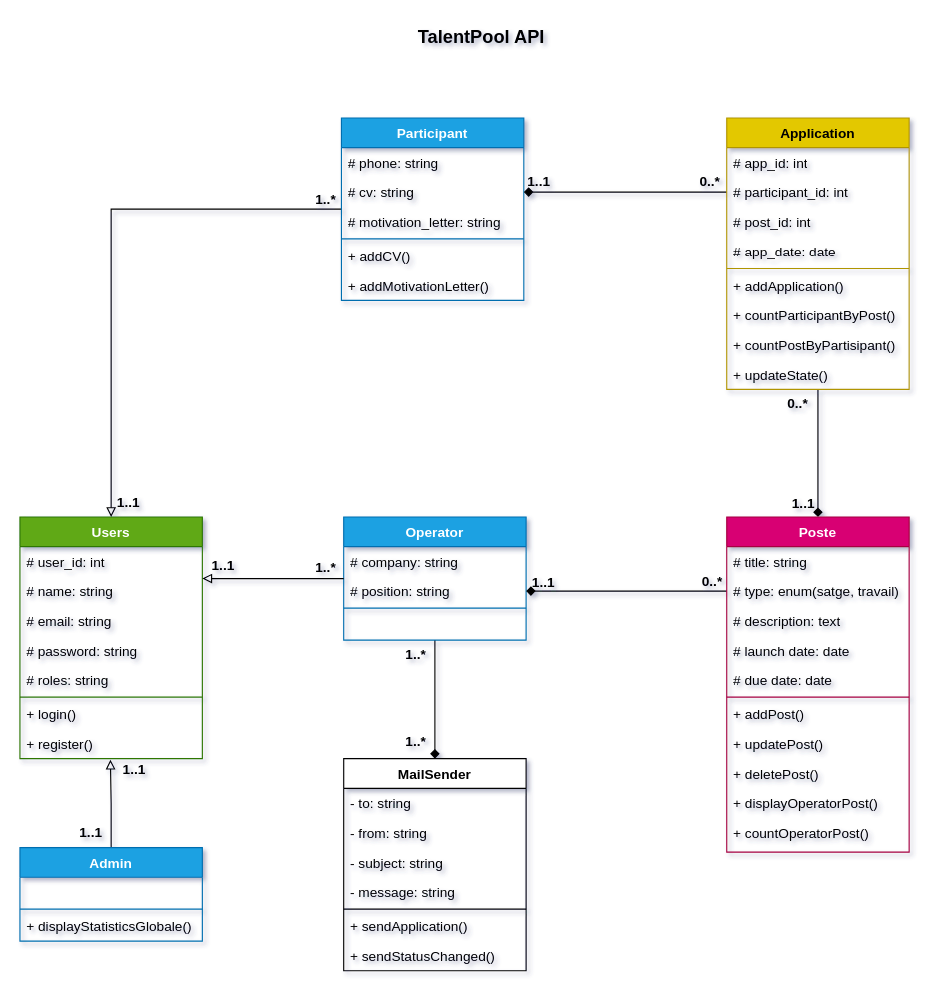
Before: diagrammes/TalentPool (classe).drawio in AHLALLAY/TalentPool, a draw.io diagram. Source tidied: cells renumbered, new cells numbered last; positions are measured from the earlier drawing's top-left corner, leaving out a move shared by most shapes. Both pictures are drawn from the tidied source at 114%, with x=0, y=0 at pixel (19, 19).
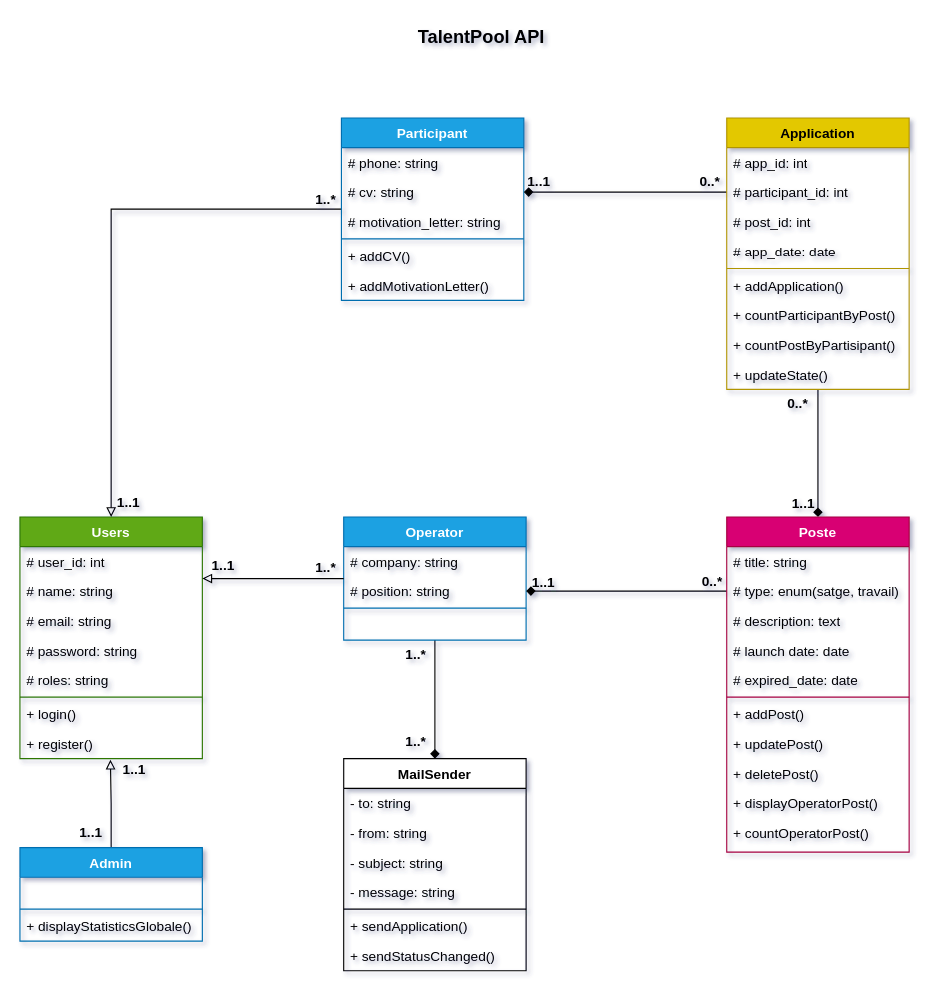
The same diagram, later.

The change refers to these unchanged cells:
```xml
<mxCell id="33" value="Poste" style="swimlane;fontStyle=1;align=center;verticalAlign=top;horizontal=1;startSize=26;whiteSpace=wrap;html=1;fillColor=#d80073;strokeColor=#A50040;fontColor=#ffffff;" parent="1" vertex="1">
  <mxGeometry x="620" y="436" width="160" height="294" as="geometry" />
</mxCell>
```

The edit, as a diff of the source:
```diff
@@
-    <mxCell id="38" value="#&amp;nbsp;due date: date" style="text;strokeColor=none;fillColor=none;align=left;verticalAlign=top;spacingLeft=4;spacingRight=4;overflow=hidden;whiteSpace=wrap;html=1;" parent="33" vertex="1">
+    <mxCell id="38" value="#&amp;nbsp;expired_date: date" style="text;strokeColor=none;fillColor=none;align=left;verticalAlign=top;spacingLeft=4;spacingRight=4;overflow=hidden;whiteSpace=wrap;html=1;" parent="33" vertex="1">
       <mxGeometry y="130" width="160" height="26" as="geometry" />
     </mxCell>
```
